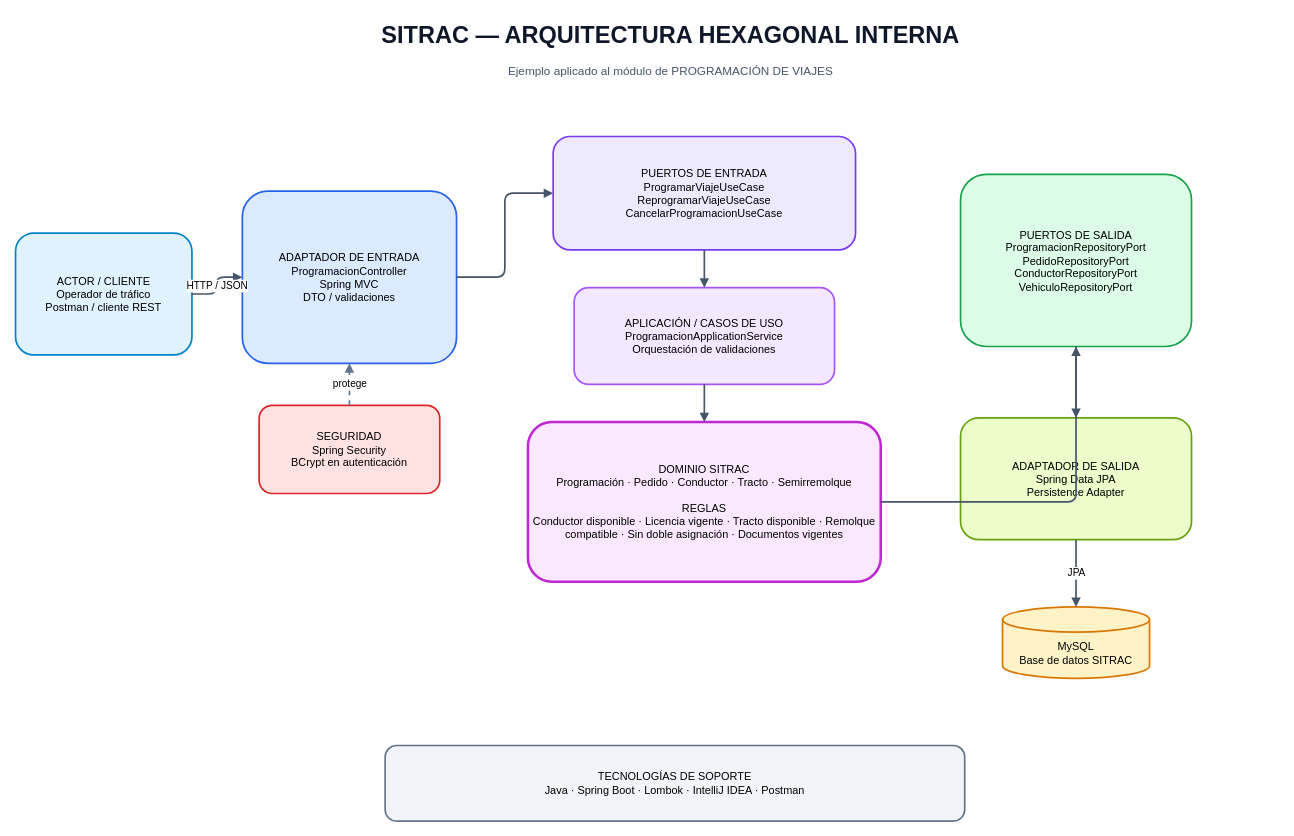
yankardev/sitrac keeps this draw.io diagram as page "02 - Hexagonal Interna" (2 of 3) of docs/SITRAC_Arquitectura_Proyecto.drawio. Above is the earlier version. Source tidied: cells renumbered, new cells numbered last; positions are measured from the earlier drawing's top-left corner, leaving out a move shared by most shapes. Both pictures are drawn from the tidied source at 84%, with x=0, y=0 at pixel (15, 14).
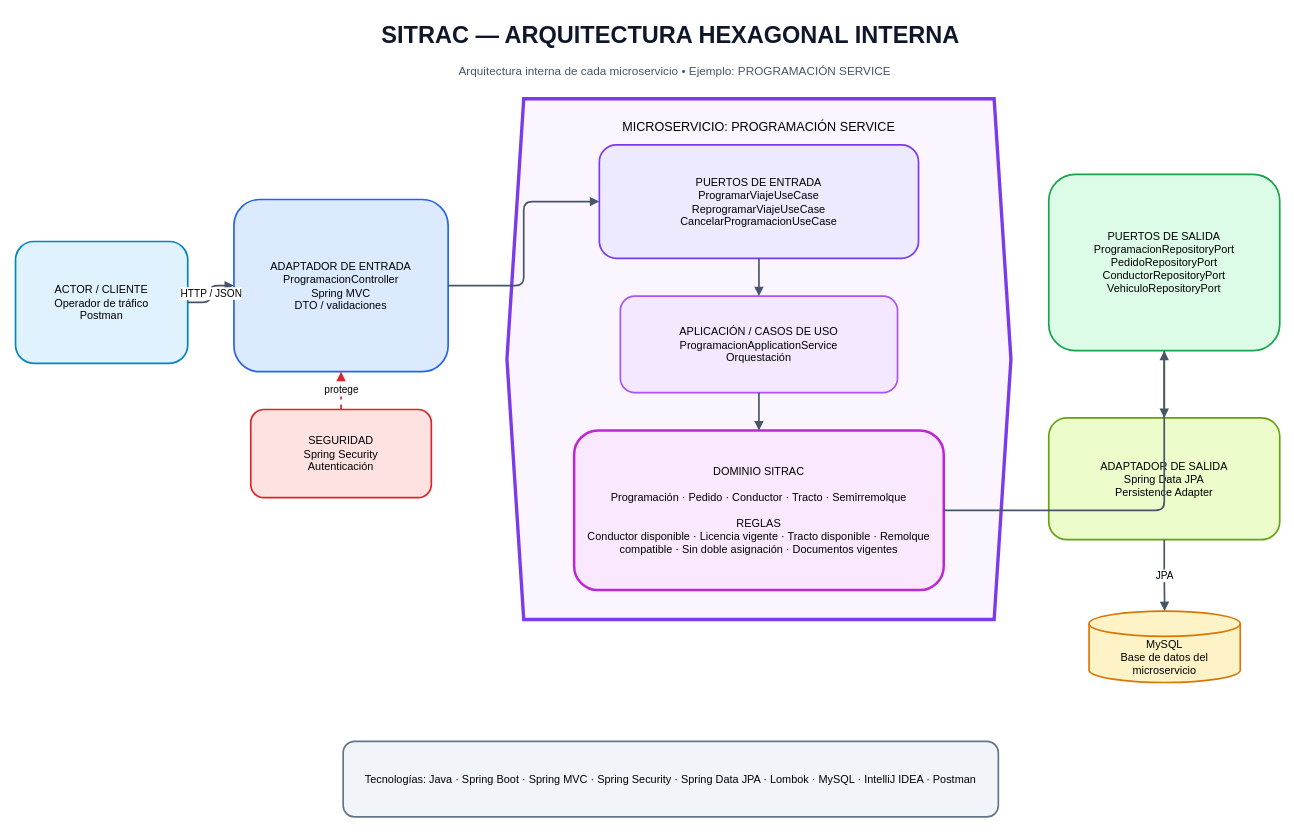
Above is the later version.

Commit message:
Actualiza SITRAC con diagramas de microservicios, hexagonal y MVC por capas

What changed in the source:
```diff
@@
     <mxCell id="2" value="SITRAC — ARQUITECTURA HEXAGONAL INTERNA" style="text;html=1;align=center;verticalAlign=middle;whiteSpace=wrap;fontColor=#0F172A;fontSize=28;fontStyle=1;" parent="1" vertex="1">
-      <mxGeometry x="260" width="1040" height="48" as="geometry" />
+      <mxGeometry x="240" width="1080" height="48" as="geometry" />
     </mxCell>
-    <mxCell id="3" value="Ejemplo aplicado al módulo de PROGRAMACIÓN DE VIAJES" style="text;html=1;align=center;verticalAlign=middle;whiteSpace=wrap;fontColor=#0F172A;fontSize=14;fontColor=#475569;" parent="1" vertex="1">
-      <mxGeometry x="350" y="52" width="860" height="30" as="geometry" />
+    <mxCell id="3" value="Arquitectura interna de cada microservicio • Ejemplo: PROGRAMACIÓN SERVICE" style="text;html=1;align=center;verticalAlign=middle;whiteSpace=wrap;fontColor=#0F172A;fontSize=14;fontColor=#475569;" parent="1" vertex="1">
+      <mxGeometry x="320" y="52" width="930" height="30" as="geometry" />
     </mxCell>
-    <mxCell id="4" value="ACTOR / CLIENTE&#10;Operador de tráfico&#10;Postman / cliente REST" style="rounded=1;whiteSpace=wrap;html=1;strokeWidth=2;fontSize=13;align=center;verticalAlign=middle;fillColor=#E0F2FE;strokeColor=#0284C7;" parent="1" vertex="1">
-      <mxGeometry y="260" width="210" height="145" as="geometry" />
+    <mxCell id="4" value="ACTOR / CLIENTE&#10;Operador de tráfico&#10;Postman" style="rounded=1;whiteSpace=wrap;html=1;strokeWidth=2;fontSize=13;align=center;verticalAlign=middle;fillColor=#E0F2FE;strokeColor=#0284C7;" parent="1" vertex="1">
+      <mxGeometry y="270" width="205" height="145" as="geometry" />
     </mxCell>
     <mxCell id="5" value="ADAPTADOR DE ENTRADA&#10;ProgramacionController&#10;Spring MVC&#10;DTO / validaciones" style="rounded=1;whiteSpace=wrap;html=1;strokeWidth=2;fontSize=13;align=center;verticalAlign=middle;fillColor=#DBEAFE;strokeColor=#2563EB;" parent="1" vertex="1">
-      <mxGeometry x="270" y="210" width="255" height="205" as="geometry" />
+      <mxGeometry x="260" y="220" width="255" height="205" as="geometry" />
     </mxCell>
-    <mxCell id="6" value="SEGURIDAD&#10;Spring Security&#10;BCrypt en autenticación" style="rounded=1;whiteSpace=wrap;html=1;strokeWidth=2;fontSize=13;align=center;verticalAlign=middle;fillColor=#FEE2E2;strokeColor=#DC2626;" parent="1" vertex="1">
-      <mxGeometry x="290" y="465" width="215" height="105" as="geometry" />
+    <mxCell id="6" value="SEGURIDAD&#10;Spring Security&#10;Autenticación" style="rounded=1;whiteSpace=wrap;html=1;strokeWidth=2;fontSize=13;align=center;verticalAlign=middle;fillColor=#FEE2E2;strokeColor=#DC2626;" parent="1" vertex="1">
+      <mxGeometry x="280" y="470" width="215" height="105" as="geometry" />
     </mxCell>
+    <mxCell id="22" value="MICROSERVICIO: PROGRAMACIÓN SERVICE" style="shape=hexagon;perimeter=hexagonPerimeter2;whiteSpace=wrap;html=1;fixedSize=1;fillColor=#FAF5FF;strokeColor=#7C3AED;strokeWidth=4;fontSize=15;align=center;verticalAlign=top;spacingTop=18;" parent="1" vertex="1">
+      <mxGeometry x="585" y="100" width="600" height="620" as="geometry" />
+    </mxCell>
     <mxCell id="7" value="PUERTOS DE ENTRADA&#10;ProgramarViajeUseCase&#10;ReprogramarViajeUseCase&#10;CancelarProgramacionUseCase" style="rounded=1;whiteSpace=wrap;html=1;strokeWidth=2;fontSize=13;align=center;verticalAlign=middle;fillColor=#EDE9FE;strokeColor=#7C3AED;" parent="1" vertex="1">
-      <mxGeometry x="640" y="145" width="360" height="135" as="geometry" />
+      <mxGeometry x="695" y="155" width="380" height="135" as="geometry" />
     </mxCell>
-    <mxCell id="8" value="APLICACIÓN / CASOS DE USO&#10;ProgramacionApplicationService&#10;Orquestación de validaciones" style="rounded=1;whiteSpace=wrap;html=1;strokeWidth=2;fontSize=13;align=center;verticalAlign=middle;fillColor=#F3E8FF;strokeColor=#A855F7;" parent="1" vertex="1">
-      <mxGeometry x="665" y="325" width="310" height="115" as="geometry" />
+    <mxCell id="8" value="APLICACIÓN / CASOS DE USO&#10;ProgramacionApplicationService&#10;Orquestación" style="rounded=1;whiteSpace=wrap;html=1;strokeWidth=2;fontSize=13;align=center;verticalAlign=middle;fillColor=#F3E8FF;strokeColor=#A855F7;" parent="1" vertex="1">
+      <mxGeometry x="720" y="335" width="330" height="115" as="geometry" />
     </mxCell>
-    <mxCell id="9" value="DOMINIO SITRAC&#10;Programación · Pedido · Conductor · Tracto · Semirremolque&#10;&#10;REGLAS&#10;Conductor disponible · Licencia vigente · Tracto disponible · Remolque compatible · Sin doble asignación · Documentos vigentes" style="rounded=1;whiteSpace=wrap;html=1;strokeWidth=2;fontSize=13;align=center;verticalAlign=middle;fillColor=#FAE8FF;strokeColor=#C026D3;strokeWidth=3;" parent="1" vertex="1">
-      <mxGeometry x="610" y="485" width="420" height="190" as="geometry" />
+    <mxCell id="9" value="DOMINIO SITRAC&#10;&#10;Programación · Pedido · Conductor · Tracto · Semirremolque&#10;&#10;REGLAS&#10;Conductor disponible · Licencia vigente · Tracto disponible · Remolque compatible · Sin doble asignación · Documentos vigentes" style="rounded=1;whiteSpace=wrap;html=1;strokeWidth=2;fontSize=13;align=center;verticalAlign=middle;fillColor=#FAE8FF;strokeColor=#C026D3;strokeWidth=3;" parent="1" vertex="1">
+      <mxGeometry x="665" y="495" width="440" height="190" as="geometry" />
     </mxCell>
     <mxCell id="10" value="PUERTOS DE SALIDA&#10;ProgramacionRepositoryPort&#10;PedidoRepositoryPort&#10;ConductorRepositoryPort&#10;VehiculoRepositoryPort" style="rounded=1;whiteSpace=wrap;html=1;strokeWidth=2;fontSize=13;align=center;verticalAlign=middle;fillColor=#DCFCE7;strokeColor=#16A34A;" parent="1" vertex="1">
-      <mxGeometry x="1125" y="190" width="275" height="205" as="geometry" />
+      <mxGeometry x="1230" y="190" width="275" height="210" as="geometry" />
     </mxCell>
     <mxCell id="11" value="ADAPTADOR DE SALIDA&#10;Spring Data JPA&#10;Persistence Adapter" style="rounded=1;whiteSpace=wrap;html=1;strokeWidth=2;fontSize=13;align=center;verticalAlign=middle;fillColor=#ECFCCB;strokeColor=#65A30D;" parent="1" vertex="1">
-      <mxGeometry x="1125" y="480" width="275" height="145" as="geometry" />
+      <mxGeometry x="1230" y="480" width="275" height="145" as="geometry" />
     </mxCell>
-    <mxCell id="12" value="MySQL&#10;Base de datos SITRAC" style="shape=cylinder3;whiteSpace=wrap;html=1;boundedLbl=1;backgroundOutline=1;fillColor=#FEF3C7;strokeColor=#D97706;strokeWidth=2;fontSize=13;" parent="1" vertex="1">
-      <mxGeometry x="1175" y="705" width="175" height="85" as="geometry" />
+    <mxCell id="12" value="MySQL&#10;Base de datos del microservicio" style="shape=cylinder3;whiteSpace=wrap;html=1;boundedLbl=1;backgroundOutline=1;strokeWidth=2;fontSize=13;fillColor=#FEF3C7;strokeColor=#D97706;" parent="1" vertex="1">
+      <mxGeometry x="1278" y="710" width="180" height="85" as="geometry" />
     </mxCell>
-    <mxCell id="13" value="TECNOLOGÍAS DE SOPORTE&#10;Java · Spring Boot · Lombok · IntelliJ IDEA · Postman" style="rounded=1;whiteSpace=wrap;html=1;strokeWidth=2;fontSize=13;align=center;verticalAlign=middle;fillColor=#F1F5F9;strokeColor=#64748B;" parent="1" vertex="1">
-      <mxGeometry x="440" y="870" width="690" height="90" as="geometry" />
-    </mxCell>
+    <mxCell id="23" value="Tecnologías: Java · Spring Boot · Spring MVC · Spring Security · Spring Data JPA · Lombok · MySQL · IntelliJ IDEA · Postman" style="rounded=1;whiteSpace=wrap;html=1;strokeWidth=2;fontSize=13;align=center;verticalAlign=middle;fillColor=#F1F5F9;strokeColor=#64748B;" parent="1" vertex="1">
+      <mxGeometry x="390" y="865" width="780" height="90" as="geometry" />
+    </mxCell>
@@
-    <mxCell id="15" value="protege" style="edgeStyle=orthogonalEdgeStyle;rounded=1;html=1;dashed=1;endArrow=block;endFill=1;strokeWidth=2;strokeColor=#64748B;fontSize=12;" parent="1" edge="1" source="6" target="5">
+    <mxCell id="15" value="protege" style="edgeStyle=orthogonalEdgeStyle;rounded=1;html=1;dashed=1;endArrow=block;endFill=1;strokeWidth=2;strokeColor=#DC2626;fontSize=12;" parent="1" edge="1" source="6" target="5">
       <mxGeometry relative="1" as="geometry" />
     </mxCell>
```
